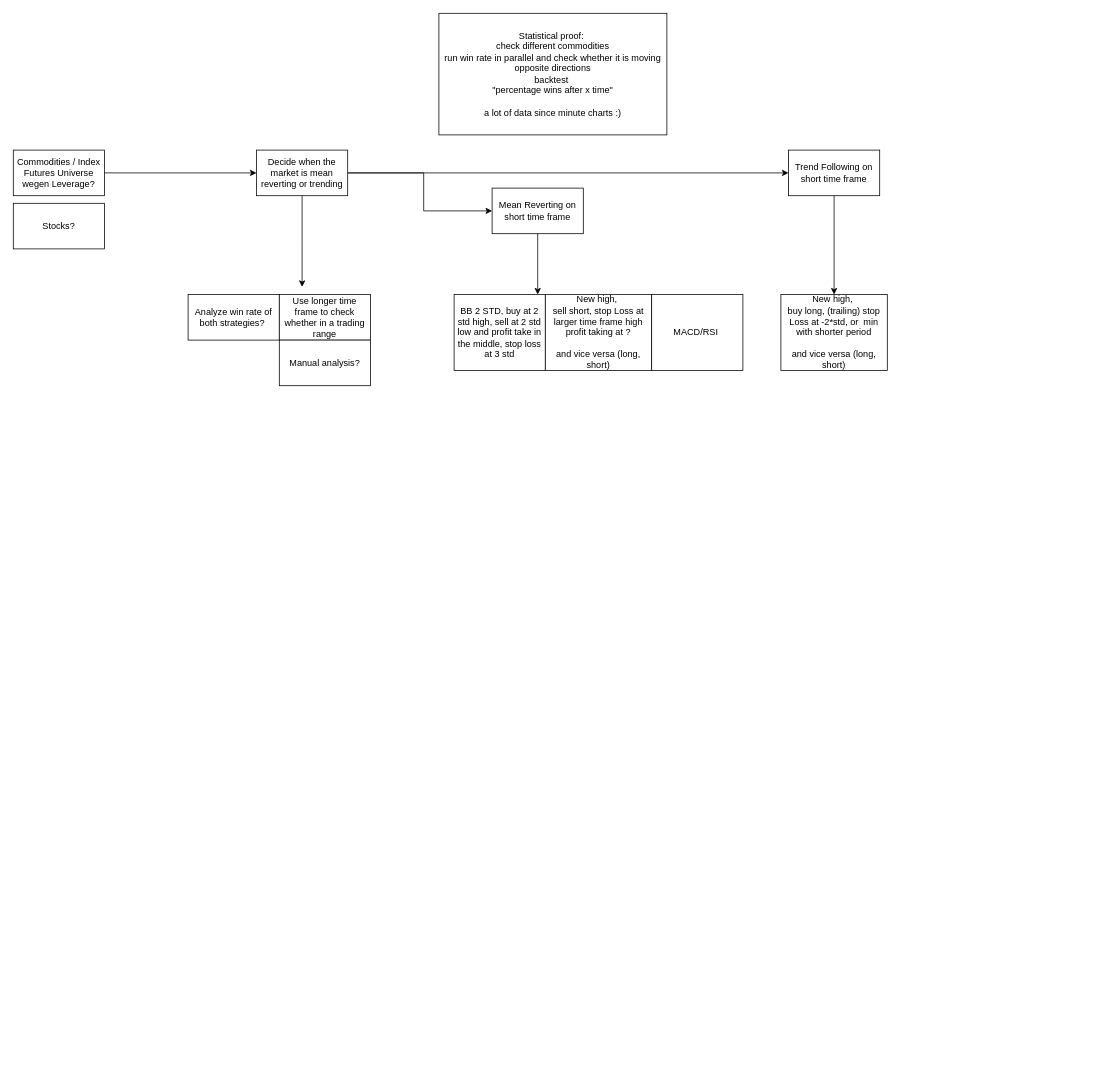
The draw.io diagram page "TF/MR on short time frame" (1 of 4) of TradingKonzepteFlowchart.drawio in jensakut/ibFuturesTrendFollowing, before the edit. Source tidied: cells renumbered, new cells numbered last; positions are measured from the earlier drawing's top-left corner, leaving out a move shared by most shapes. Both pictures are drawn from the tidied source at 76%, with x=0, y=0 at pixel (13, 13).
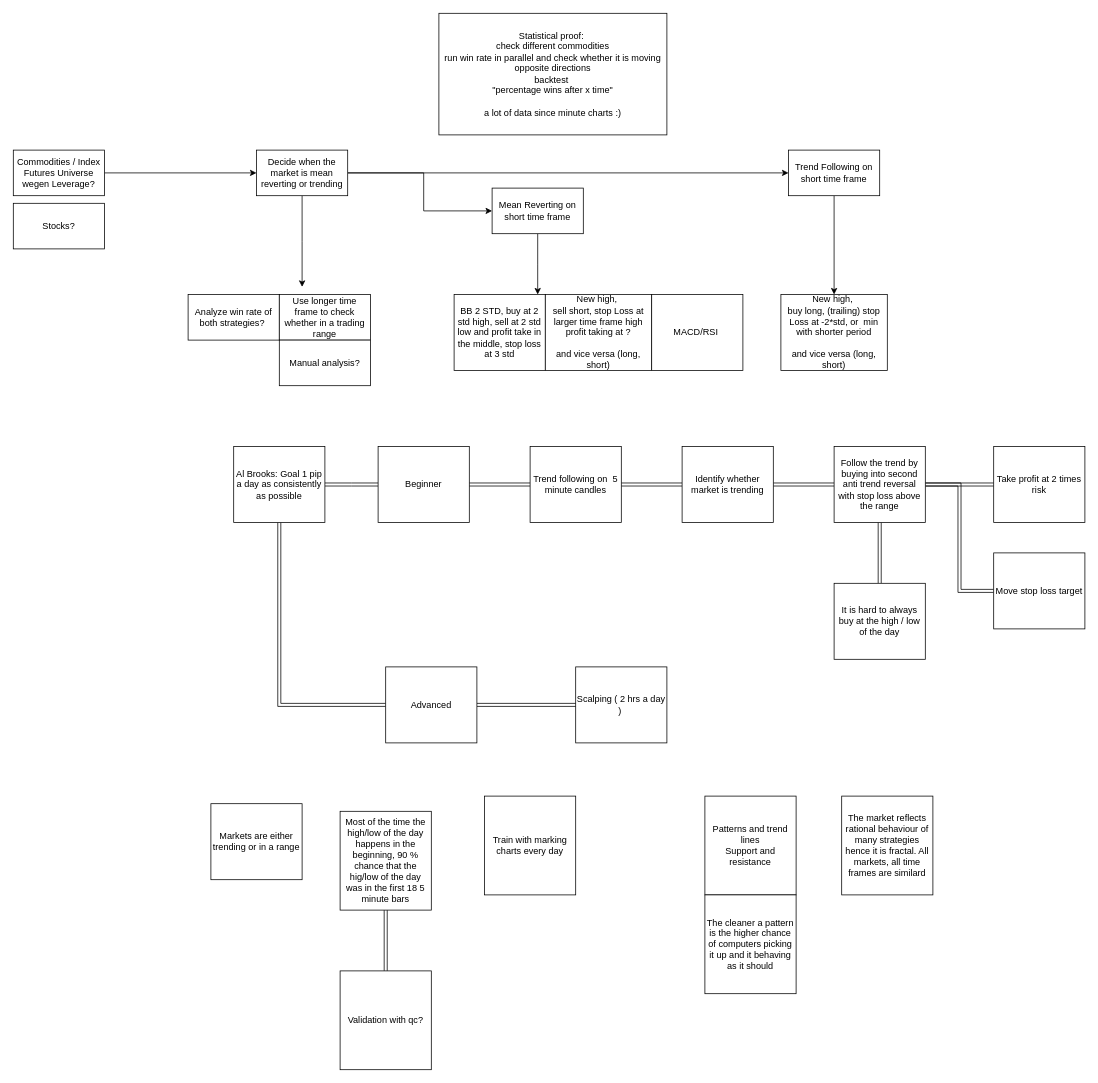
After the change.

Diff of the diagram source:
```diff
@@
+    <mxCell id="21" style="edgeStyle=orthogonalEdgeStyle;shape=link;rounded=0;jettySize=auto;html=1;" parent="1" edge="1" source="23">
+      <mxGeometry relative="1" as="geometry">
+        <mxPoint x="480" y="620" as="targetPoint" />
+      </mxGeometry>
+    </mxCell>
+    <mxCell id="22" style="edgeStyle=orthogonalEdgeStyle;shape=link;rounded=0;jettySize=auto;html=1;entryX=0;entryY=0.5;entryDx=0;entryDy=0;" parent="1" edge="1" source="23" target="28">
+      <mxGeometry relative="1" as="geometry">
+        <Array as="points">
+          <mxPoint x="350" y="910" />
+        </Array>
+      </mxGeometry>
+    </mxCell>
+    <mxCell id="23" value="Al Brooks: Goal 1 pip a day as consistently as possible" style="whiteSpace=wrap;html=1;rounded=0;" parent="1" vertex="1">
+      <mxGeometry x="290" y="570" width="120" height="100" as="geometry" />
+    </mxCell>
+    <mxCell id="24" value="Scalping ( 2 hrs a day )&amp;nbsp;" style="whiteSpace=wrap;html=1;rounded=0;" parent="1" vertex="1">
+      <mxGeometry x="740" y="860" width="120" height="100" as="geometry" />
+    </mxCell>
+    <mxCell id="25" style="edgeStyle=orthogonalEdgeStyle;shape=link;rounded=0;jettySize=auto;html=1;" parent="1" edge="1" source="26" target="34">
+      <mxGeometry relative="1" as="geometry" />
+    </mxCell>
+    <mxCell id="26" value="Beginner" style="whiteSpace=wrap;html=1;rounded=0;" parent="1" vertex="1">
+      <mxGeometry x="480" y="570" width="120" height="100" as="geometry" />
+    </mxCell>
+    <mxCell id="27" style="edgeStyle=orthogonalEdgeStyle;shape=link;rounded=0;jettySize=auto;html=1;entryX=0;entryY=0.5;entryDx=0;entryDy=0;" parent="1" edge="1" source="28" target="24">
+      <mxGeometry relative="1" as="geometry" />
+    </mxCell>
+    <mxCell id="28" value="Advanced" style="whiteSpace=wrap;html=1;rounded=0;" parent="1" vertex="1">
+      <mxGeometry x="490" y="860" width="120" height="100" as="geometry" />
+    </mxCell>
+    <mxCell id="29" value="Markets are either trending or in a range" style="whiteSpace=wrap;html=1;rounded=0;" parent="1" vertex="1">
+      <mxGeometry x="260" y="1040" width="120" height="100" as="geometry" />
+    </mxCell>
+    <mxCell id="30" style="edgeStyle=orthogonalEdgeStyle;shape=link;rounded=0;jettySize=auto;html=1;" parent="1" edge="1" source="31" target="32">
+      <mxGeometry relative="1" as="geometry" />
+    </mxCell>
+    <mxCell id="31" value="Most of the time the high/low of the day happens in the beginning, 90 % chance that the hig/low of the day was in the first 18 5 minute bars" style="whiteSpace=wrap;html=1;rounded=0;" parent="1" vertex="1">
+      <mxGeometry x="430" y="1050" width="120" height="130" as="geometry" />
+    </mxCell>
+    <mxCell id="32" value="Validation with qc?" style="whiteSpace=wrap;html=1;rounded=0;" parent="1" vertex="1">
+      <mxGeometry x="430" y="1260" width="120" height="130" as="geometry" />
+    </mxCell>
+    <mxCell id="33" style="edgeStyle=orthogonalEdgeStyle;shape=link;rounded=0;jettySize=auto;html=1;" parent="1" edge="1" source="34" target="36">
+      <mxGeometry relative="1" as="geometry" />
+    </mxCell>
+    <mxCell id="34" value="Trend following on &amp;nbsp;5 minute candles" style="whiteSpace=wrap;html=1;rounded=0;" parent="1" vertex="1">
+      <mxGeometry x="680" y="570" width="120" height="100" as="geometry" />
+    </mxCell>
+    <mxCell id="35" style="edgeStyle=orthogonalEdgeStyle;shape=link;rounded=0;jettySize=auto;html=1;" parent="1" edge="1" source="36" target="42">
+      <mxGeometry relative="1" as="geometry" />
+    </mxCell>
+    <mxCell id="36" value="Identify whether market is trending" style="whiteSpace=wrap;html=1;rounded=0;" parent="1" vertex="1">
+      <mxGeometry x="880" y="570" width="120" height="100" as="geometry" />
+    </mxCell>
+    <mxCell id="37" value="Train with marking charts every day" style="whiteSpace=wrap;html=1;rounded=0;" parent="1" vertex="1">
+      <mxGeometry x="620" y="1030" width="120" height="130" as="geometry" />
+    </mxCell>
+    <mxCell id="38" value="Patterns and trend lines&lt;br&gt;Support and resistance" style="whiteSpace=wrap;html=1;rounded=0;" parent="1" vertex="1">
+      <mxGeometry x="910" y="1030" width="120" height="130" as="geometry" />
+    </mxCell>
+    <mxCell id="39" style="edgeStyle=orthogonalEdgeStyle;shape=link;rounded=0;jettySize=auto;html=1;" parent="1" edge="1" source="42" target="43">
+      <mxGeometry relative="1" as="geometry" />
+    </mxCell>
+    <mxCell id="40" style="edgeStyle=orthogonalEdgeStyle;shape=link;rounded=0;jettySize=auto;html=1;" parent="1" edge="1" source="42" target="44">
+      <mxGeometry relative="1" as="geometry" />
+    </mxCell>
+    <mxCell id="41" style="edgeStyle=orthogonalEdgeStyle;shape=link;rounded=0;jettySize=auto;html=1;entryX=0;entryY=0.5;entryDx=0;entryDy=0;" parent="1" edge="1" source="42" target="47">
+      <mxGeometry relative="1" as="geometry" />
+    </mxCell>
+    <mxCell id="42" value="Follow the trend by buying into second anti trend reversal with stop loss above the range" style="whiteSpace=wrap;html=1;rounded=0;" parent="1" vertex="1">
+      <mxGeometry x="1080" y="570" width="120" height="100" as="geometry" />
+    </mxCell>
+    <mxCell id="43" value="Take profit at 2 times risk" style="whiteSpace=wrap;html=1;rounded=0;" parent="1" vertex="1">
+      <mxGeometry x="1290" y="570" width="120" height="100" as="geometry" />
+    </mxCell>
+    <mxCell id="44" value="It is hard to always buy at the high / low of the day" style="whiteSpace=wrap;html=1;rounded=0;" parent="1" vertex="1">
+      <mxGeometry x="1080" y="750" width="120" height="100" as="geometry" />
+    </mxCell>
+    <mxCell id="45" value="The market reflects rational behaviour of many strategies hence it is fractal. All markets, all time frames are similard" style="whiteSpace=wrap;html=1;rounded=0;" parent="1" vertex="1">
+      <mxGeometry x="1090" y="1030" width="120" height="130" as="geometry" />
+    </mxCell>
+    <mxCell id="46" value="The cleaner a pattern is the higher chance of computers picking it up and it behaving as it should" style="whiteSpace=wrap;html=1;rounded=0;" parent="1" vertex="1">
+      <mxGeometry x="910" y="1160" width="120" height="130" as="geometry" />
+    </mxCell>
+    <mxCell id="47" value="Move stop loss target" style="whiteSpace=wrap;html=1;rounded=0;" parent="1" vertex="1">
+      <mxGeometry x="1290" y="710" width="120" height="100" as="geometry" />
+    </mxCell>
```
